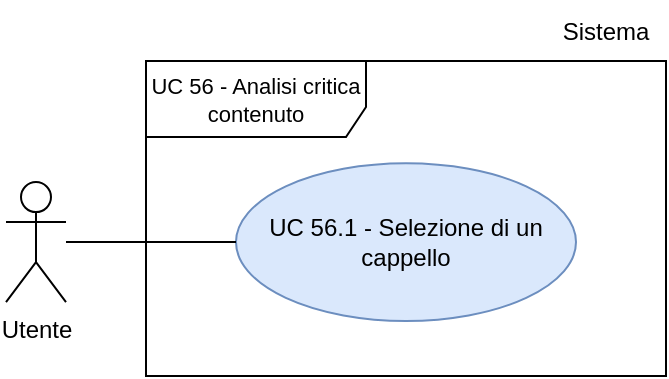
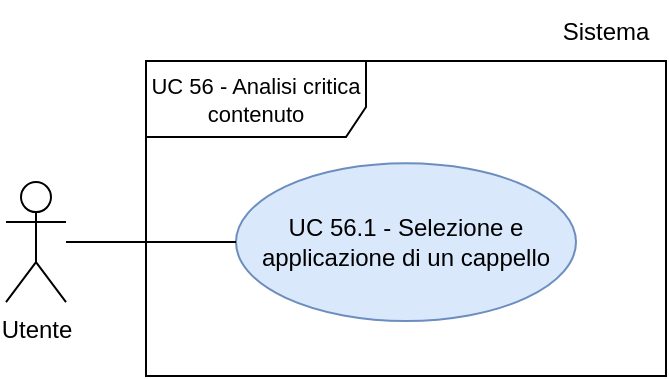
- <mxGraphModel dx="1069" dy="558" grid="1" gridSize="10" guides="1" tooltips="1" connect="1" arrows="1" fold="1" page="1" pageScale="1" pageWidth="1169" pageHeight="827" math="0" shadow="0">
-   <root>
-     <mxCell id="0" />
-     <mxCell id="1" parent="0" />
-     <mxCell id="actor-user" parent="1" style="shape=umlActor;verticalLabelPosition=bottom;verticalAlign=top;html=1;outlineConnect=0;fontSize=12;" value="Utente" vertex="1">
-       <mxGeometry height="60" width="30" x="270" y="223.06" as="geometry" />
-     </mxCell>
-     <mxCell id="boundary-uc52" parent="1" style="shape=umlFrame;whiteSpace=wrap;html=1;pointerEvents=0;width=110;height=38;fontSize=11;align=center;" value="UC 56 - Analisi critica contenuto" vertex="1">
-       <mxGeometry height="157.5" width="260" x="340" y="162.5" as="geometry" />
-     </mxCell>
-     <mxCell id="uc52-1" parent="boundary-uc52" style="ellipse;whiteSpace=wrap;html=1;fillColor=#dae8fc;strokeColor=#6c8ebf;fontSize=11;pointerEvents=1;" value="&lt;font style=&quot;font-size: 12px;&quot;&gt;UC 56.1 - Selezione di un cappello&lt;/font&gt;" vertex="1">
-       <mxGeometry height="78.88" width="170" x="45" y="51.12" as="geometry" />
-     </mxCell>
-     <mxCell id="assoc-user-uc52-1" edge="1" parent="1" source="actor-user" style="edgeStyle=none;rounded=0;orthogonalLoop=1;jettySize=auto;html=1;endArrow=none;endFill=0;" target="uc52-1">
-       <mxGeometry relative="1" as="geometry" />
-     </mxCell>
-     <mxCell id="4S_GJxI6N92lzNAu5wbE-16" parent="1" style="text;html=1;whiteSpace=wrap;strokeColor=none;fillColor=none;align=center;verticalAlign=middle;rounded=0;" value="Sistema" vertex="1">
-       <mxGeometry height="30" width="60" x="540" y="132.5" as="geometry" />
-     </mxCell>
-   </root>
- </mxGraphModel>
+ <mxfile host="Electron" agent="Mozilla/5.0 (Macintosh; Intel Mac OS X 10_15_7) AppleWebKit/537.36 (KHTML, like Gecko) draw.io/29.6.6 Chrome/144.0.7559.236 Electron/40.8.4 Safari/537.36" version="29.6.6">
+   <diagram id="KN7DoXjHgxJPg5N9tao0" name="Page-1">
+     <mxGraphModel dx="976" dy="656" grid="1" gridSize="10" guides="1" tooltips="1" connect="1" arrows="1" fold="1" page="1" pageScale="1" pageWidth="1169" pageHeight="827" math="0" shadow="0">
+       <root>
+         <mxCell id="0" />
+         <mxCell id="1" parent="0" />
+         <mxCell id="actor-user" parent="1" style="shape=umlActor;verticalLabelPosition=bottom;verticalAlign=top;html=1;outlineConnect=0;fontSize=12;" value="Utente" vertex="1">
+           <mxGeometry height="60" width="30" x="270" y="223.06" as="geometry" />
+         </mxCell>
+         <mxCell id="boundary-uc52" parent="1" style="shape=umlFrame;whiteSpace=wrap;html=1;pointerEvents=0;width=110;height=38;fontSize=11;align=center;" value="UC 56 - Analisi critica contenuto" vertex="1">
+           <mxGeometry height="157.5" width="260" x="340" y="162.5" as="geometry" />
+         </mxCell>
+         <mxCell id="uc52-1" parent="boundary-uc52" style="ellipse;whiteSpace=wrap;html=1;fillColor=#dae8fc;strokeColor=#6c8ebf;fontSize=11;pointerEvents=1;" value="&lt;font style=&quot;font-size: 12px;&quot;&gt;UC 56.1 - Selezione e applicazione di un cappello&lt;/font&gt;" vertex="1">
+           <mxGeometry height="78.88" width="170" x="45" y="51.12" as="geometry" />
+         </mxCell>
+         <mxCell id="assoc-user-uc52-1" edge="1" parent="1" source="actor-user" style="edgeStyle=none;rounded=0;orthogonalLoop=1;jettySize=auto;html=1;endArrow=none;endFill=0;" target="uc52-1">
+           <mxGeometry relative="1" as="geometry" />
+         </mxCell>
+         <mxCell id="4S_GJxI6N92lzNAu5wbE-16" parent="1" style="text;html=1;whiteSpace=wrap;strokeColor=none;fillColor=none;align=center;verticalAlign=middle;rounded=0;" value="Sistema" vertex="1">
+           <mxGeometry height="30" width="60" x="540" y="132.5" as="geometry" />
+         </mxCell>
+       </root>
+     </mxGraphModel>
+   </diagram>
+ </mxfile>
